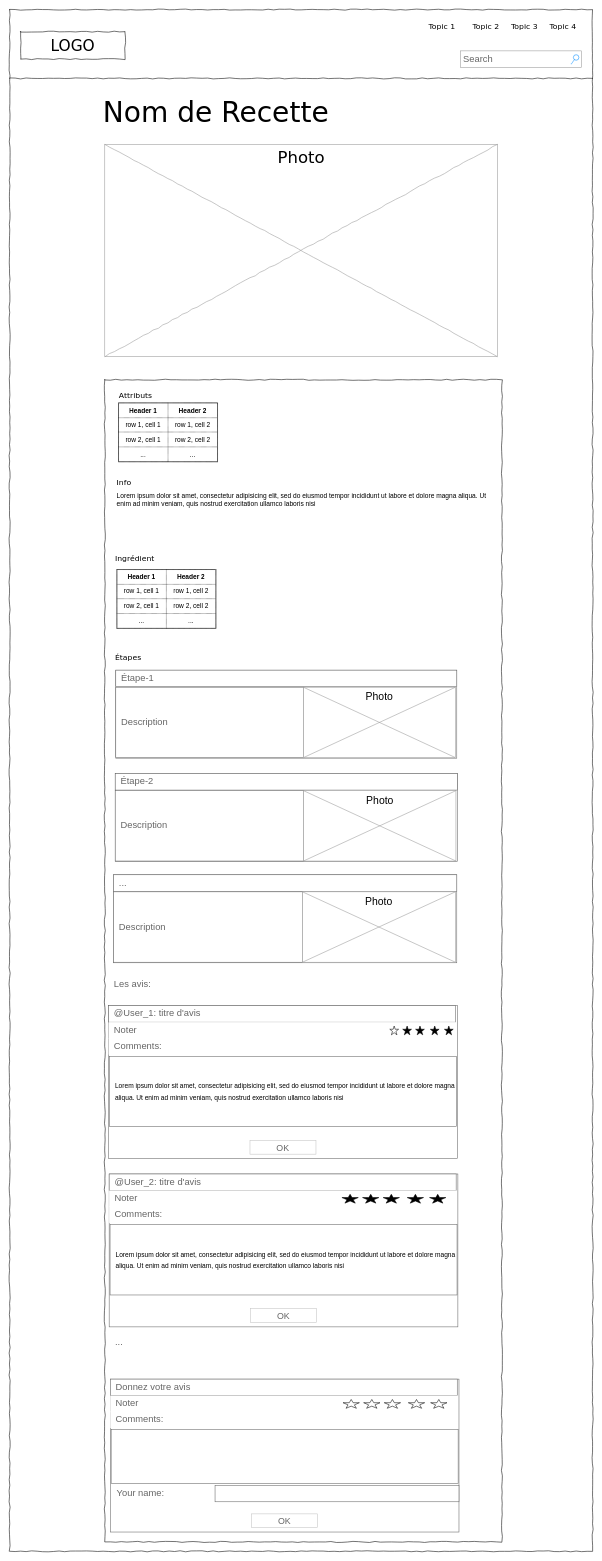
The draw.io diagram page_recette.drawio in nicrain/nicrain.github.io, before the edit. Source tidied: cells renumbered, new cells numbered last; positions are measured from the earlier drawing's top-left corner, leaving out a move shared by most shapes. Both pictures are drawn from the tidied source at 55%, with x=0, y=0 at pixel (9, 9).
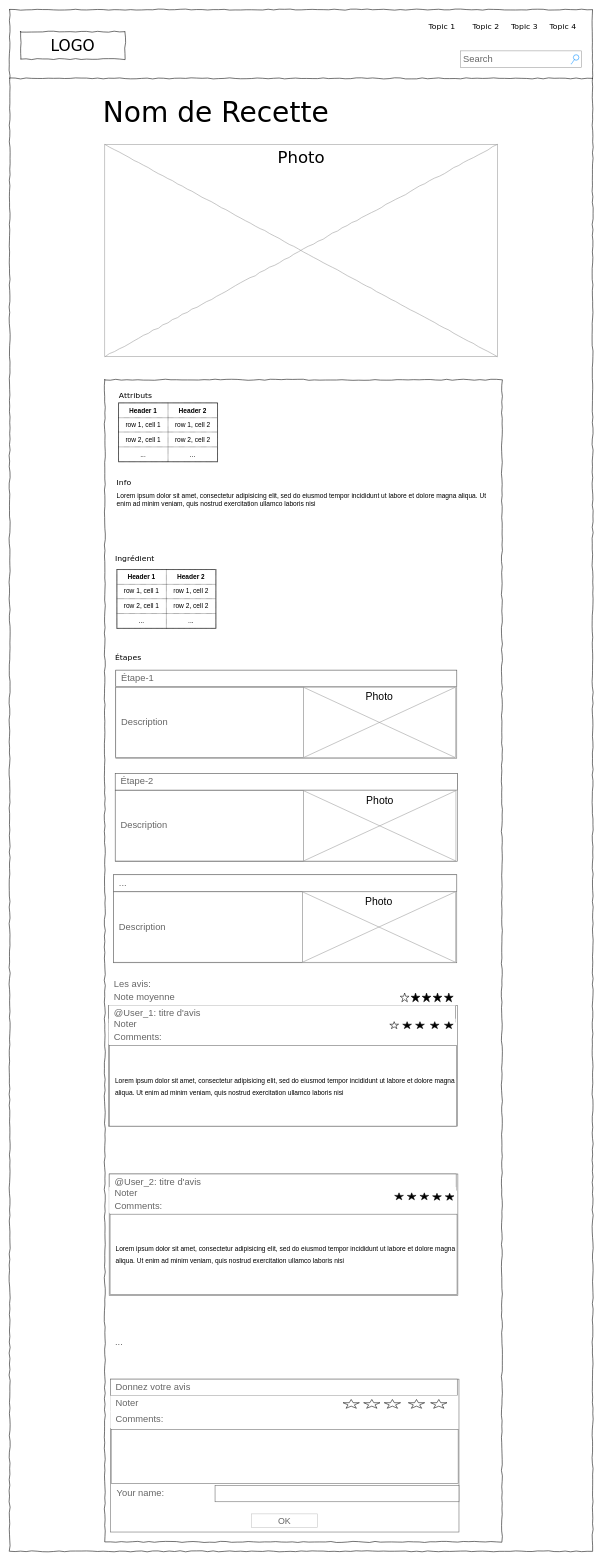
The same diagram, later.

What changed in the source:
```diff
@@
     <mxCell id="69" style="strokeWidth=1;shadow=0;dashed=0;align=center;html=1;shape=mxgraph.mockup.containers.rrect;rSize=0;strokeColor=#666666;fontColor=#666666;fontSize=17;verticalAlign=top;whiteSpace=wrap;fillColor=#ffffff;spacingTop=32;" parent="1" vertex="1">
-      <mxGeometry x="180" y="1811" width="634" height="278" as="geometry" />
+      <mxGeometry x="180" y="1811" width="634" height="219" as="geometry" />
     </mxCell>
@@
-    <mxCell id="71" value="OK" style="strokeWidth=1;shadow=0;dashed=0;align=center;html=1;shape=mxgraph.mockup.containers.rrect;rSize=0;fontSize=16;fontColor=#666666;strokeColor=#c4c4c4;whiteSpace=wrap;fillColor=#ffffff;" parent="69" vertex="1">
-      <mxGeometry x="0.5" y="1" width="120" height="25" relative="1" as="geometry">
-        <mxPoint x="-60" y="-33" as="offset" />
-      </mxGeometry>
-    </mxCell>
     <mxCell id="72" value="Noter" style="strokeWidth=1;shadow=0;dashed=0;align=center;html=1;shape=mxgraph.mockup.containers.rrect;rSize=0;fontSize=17;fontColor=#666666;strokeColor=none;align=left;spacingLeft=8;fillColor=#ffffff;whiteSpace=wrap;" parent="69" vertex="1">
-      <mxGeometry y="30" width="630.9" height="30" as="geometry" />
+      <mxGeometry y="23.6" width="630.9" height="23.6" as="geometry" />
     </mxCell>
     <mxCell id="73" style="verticalLabelPosition=bottom;verticalAlign=top;html=1;shape=mxgraph.basic.star;" parent="69" vertex="1">
-      <mxGeometry x="511.2" y="37" width="16" height="16" as="geometry" />
+      <mxGeometry x="511.2" y="29.1" width="16" height="12.6" as="geometry" />
     </mxCell>
     <mxCell id="74" style="verticalLabelPosition=bottom;verticalAlign=top;html=1;shape=mxgraph.basic.star;fillColor=#000000;" parent="69" vertex="1">
-      <mxGeometry x="610.5" y="37" width="16" height="16" as="geometry" />
+      <mxGeometry x="610.5" y="29.1" width="16" height="12.6" as="geometry" />
     </mxCell>
     <mxCell id="75" style="verticalLabelPosition=bottom;verticalAlign=top;html=1;shape=mxgraph.basic.star;fillColor=#000000;" parent="69" vertex="1">
-      <mxGeometry x="584.9" y="37" width="16" height="16" as="geometry" />
+      <mxGeometry x="584.9" y="29.1" width="16" height="12.6" as="geometry" />
     </mxCell>
     <mxCell id="76" style="verticalLabelPosition=bottom;verticalAlign=top;html=1;shape=mxgraph.basic.star;fillColor=#000000;" parent="69" vertex="1">
-      <mxGeometry x="558.1" y="37" width="16" height="16" as="geometry" />
+      <mxGeometry x="558.1" y="29.1" width="16" height="12.6" as="geometry" />
     </mxCell>
     <mxCell id="77" style="verticalLabelPosition=bottom;verticalAlign=top;html=1;shape=mxgraph.basic.star;fillColor=#000000;" parent="69" vertex="1">
-      <mxGeometry x="534.7" y="37" width="16" height="16" as="geometry" />
+      <mxGeometry x="534.7" y="29.1" width="16" height="12.6" as="geometry" />
     </mxCell>
     <mxCell id="78" value="Comments:" style="strokeWidth=1;shadow=0;dashed=0;align=center;html=1;shape=mxgraph.mockup.containers.rrect;rSize=0;fontSize=17;fontColor=#666666;strokeColor=none;align=left;spacingLeft=8;fillColor=#ffffff;whiteSpace=wrap;" parent="69" vertex="1">
-      <mxGeometry y="59" width="630.9" height="30" as="geometry" />
+      <mxGeometry y="46.5" width="630.9" height="23.6" as="geometry" />
     </mxCell>
     <mxCell id="79" value="&lt;span style=&quot;caret-color: rgb(0, 0, 0); color: rgb(0, 0, 0); font-size: 12px;&quot;&gt;Lorem ipsum dolor sit amet, consectetur adipisicing elit, sed do eiusmod tempor incididunt ut labore et dolore magna aliqua. Ut enim ad minim veniam, quis nostrud exercitation ullamco laboris nisi&lt;/span&gt;" style="strokeWidth=1;shadow=0;dashed=0;align=center;html=1;shape=mxgraph.mockup.containers.rrect;rSize=0;fontSize=17;fontColor=#666666;strokeColor=#666666;align=left;spacingLeft=8;fillColor=#ffffff;whiteSpace=wrap;" parent="69" vertex="1">
-      <mxGeometry x="1.6" y="92" width="630.9" height="128" as="geometry" />
+      <mxGeometry x="1.6" y="72.5" width="630.9" height="146.5" as="geometry" />
     </mxCell>
@@
     <mxCell id="81" style="strokeWidth=1;shadow=0;dashed=0;align=center;html=1;shape=mxgraph.mockup.containers.rrect;rSize=0;strokeColor=#666666;fontColor=#666666;fontSize=17;verticalAlign=top;whiteSpace=wrap;fillColor=#ffffff;spacingTop=32;" parent="1" vertex="1">
-      <mxGeometry x="181" y="2117" width="634" height="278" as="geometry" />
+      <mxGeometry x="181" y="2117" width="634" height="221" as="geometry" />
     </mxCell>
@@
-    <mxCell id="83" value="OK" style="strokeWidth=1;shadow=0;dashed=0;align=center;html=1;shape=mxgraph.mockup.containers.rrect;rSize=0;fontSize=16;fontColor=#666666;strokeColor=#c4c4c4;whiteSpace=wrap;fillColor=#ffffff;" parent="81" vertex="1">
-      <mxGeometry x="0.5" y="1" width="120" height="25" relative="1" as="geometry">
-        <mxPoint x="-60" y="-33" as="offset" />
-      </mxGeometry>
-    </mxCell>
     <mxCell id="84" value="Noter" style="strokeWidth=1;shadow=0;dashed=0;align=center;html=1;shape=mxgraph.mockup.containers.rrect;rSize=0;fontSize=17;fontColor=#666666;strokeColor=none;align=left;spacingLeft=8;fillColor=#ffffff;whiteSpace=wrap;" parent="81" vertex="1">
-      <mxGeometry y="30" width="630.9" height="30" as="geometry" />
+      <mxGeometry y="23.8" width="630.9" height="23.8" as="geometry" />
     </mxCell>
-    <mxCell id="85" style="verticalLabelPosition=bottom;verticalAlign=top;html=1;shape=mxgraph.basic.star;fillColor=#000000;" parent="81" vertex="1">
-      <mxGeometry x="423.2" y="37" width="29.7" height="16" as="geometry" />
-    </mxCell>
-    <mxCell id="86" style="verticalLabelPosition=bottom;verticalAlign=top;html=1;shape=mxgraph.basic.star;fillColor=#000000;" parent="81" vertex="1">
-      <mxGeometry x="582.5" y="37" width="29.7" height="16" as="geometry" />
-    </mxCell>
-    <mxCell id="87" style="verticalLabelPosition=bottom;verticalAlign=top;html=1;shape=mxgraph.basic.star;fillColor=#000000;" parent="81" vertex="1">
-      <mxGeometry x="541.9" y="37" width="29.7" height="16" as="geometry" />
-    </mxCell>
-    <mxCell id="88" style="verticalLabelPosition=bottom;verticalAlign=top;html=1;shape=mxgraph.basic.star;fillColor=#000000;" parent="81" vertex="1">
-      <mxGeometry x="498.1" y="37" width="29.7" height="16" as="geometry" />
-    </mxCell>
-    <mxCell id="89" style="verticalLabelPosition=bottom;verticalAlign=top;html=1;shape=mxgraph.basic.star;fillColor=#000000;" parent="81" vertex="1">
-      <mxGeometry x="460.7" y="37" width="29.7" height="16" as="geometry" />
-    </mxCell>
     <mxCell id="90" value="Comments:" style="strokeWidth=1;shadow=0;dashed=0;align=center;html=1;shape=mxgraph.mockup.containers.rrect;rSize=0;fontSize=17;fontColor=#666666;strokeColor=none;align=left;spacingLeft=8;fillColor=#ffffff;whiteSpace=wrap;" parent="81" vertex="1">
-      <mxGeometry y="59" width="630.9" height="30" as="geometry" />
+      <mxGeometry y="46.9" width="630.9" height="23.8" as="geometry" />
     </mxCell>
     <mxCell id="91" value="&lt;span style=&quot;caret-color: rgb(0, 0, 0); color: rgb(0, 0, 0); font-size: 12px;&quot;&gt;Lorem ipsum dolor sit amet, consectetur adipisicing elit, sed do eiusmod tempor incididunt ut labore et dolore magna aliqua. Ut enim ad minim veniam, quis nostrud exercitation ullamco laboris nisi&lt;/span&gt;" style="strokeWidth=1;shadow=0;dashed=0;align=center;html=1;shape=mxgraph.mockup.containers.rrect;rSize=0;fontSize=17;fontColor=#666666;strokeColor=#666666;align=left;spacingLeft=8;fillColor=#ffffff;whiteSpace=wrap;" parent="81" vertex="1">
-      <mxGeometry x="1.6" y="92" width="630.9" height="128" as="geometry" />
+      <mxGeometry x="1.6" y="73.1" width="630.9" height="145.9" as="geometry" />
     </mxCell>
+    <mxCell id="93" style="verticalLabelPosition=bottom;verticalAlign=top;html=1;shape=mxgraph.basic.star;fillColor=#000000;" parent="81" vertex="1">
+      <mxGeometry x="611" y="35.1" width="16" height="12.6" as="geometry" />
+    </mxCell>
+    <mxCell id="94" style="verticalLabelPosition=bottom;verticalAlign=top;html=1;shape=mxgraph.basic.star;fillColor=#000000;" parent="81" vertex="1">
+      <mxGeometry x="588" y="35.1" width="16" height="12.6" as="geometry" />
+    </mxCell>
+    <mxCell id="95" style="verticalLabelPosition=bottom;verticalAlign=top;html=1;shape=mxgraph.basic.star;fillColor=#000000;" parent="81" vertex="1">
+      <mxGeometry x="565" y="34.3" width="16" height="12.6" as="geometry" />
+    </mxCell>
+    <mxCell id="96" style="verticalLabelPosition=bottom;verticalAlign=top;html=1;shape=mxgraph.basic.star;fillColor=#000000;" parent="81" vertex="1">
+      <mxGeometry x="542" y="34.3" width="16" height="12.6" as="geometry" />
+    </mxCell>
+    <mxCell id="97" style="verticalLabelPosition=bottom;verticalAlign=top;html=1;shape=mxgraph.basic.star;fillColor=#000000;" parent="81" vertex="1">
+      <mxGeometry x="519" y="34.3" width="16" height="12.6" as="geometry" />
+    </mxCell>
@@
+    <mxCell id="98" value="Note moyenne" style="strokeWidth=1;shadow=0;dashed=0;align=center;html=1;shape=mxgraph.mockup.containers.rrect;rSize=0;fontSize=17;fontColor=#666666;strokeColor=none;align=left;spacingLeft=8;fillColor=#ffffff;whiteSpace=wrap;" parent="1" vertex="1">
+      <mxGeometry x="180" y="1781" width="630.9" height="30" as="geometry" />
+    </mxCell>
+    <mxCell id="99" style="verticalLabelPosition=bottom;verticalAlign=top;html=1;shape=mxgraph.basic.star;" parent="1" vertex="1">
+      <mxGeometry x="710.2" y="1788" width="16" height="16" as="geometry" />
+    </mxCell>
+    <mxCell id="100" style="verticalLabelPosition=bottom;verticalAlign=top;html=1;shape=mxgraph.basic.star;fillColor=#000000;" parent="1" vertex="1">
+      <mxGeometry x="790.5" y="1788" width="16" height="16" as="geometry" />
+    </mxCell>
+    <mxCell id="101" style="verticalLabelPosition=bottom;verticalAlign=top;html=1;shape=mxgraph.basic.star;fillColor=#000000;" parent="1" vertex="1">
+      <mxGeometry x="730" y="1788" width="16" height="16" as="geometry" />
+    </mxCell>
+    <mxCell id="102" style="verticalLabelPosition=bottom;verticalAlign=top;html=1;shape=mxgraph.basic.star;fillColor=#000000;" parent="1" vertex="1">
+      <mxGeometry x="750" y="1788" width="16" height="16" as="geometry" />
+    </mxCell>
+    <mxCell id="103" style="verticalLabelPosition=bottom;verticalAlign=top;html=1;shape=mxgraph.basic.star;fillColor=#000000;" parent="1" vertex="1">
+      <mxGeometry x="770" y="1788" width="16" height="16" as="geometry" />
+    </mxCell>
```
